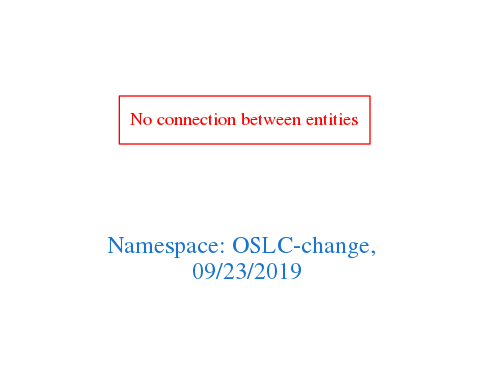
The Graphviz diagram downloads/OSLC-change.png in arago/OGIT, before a commit. Its source is kept beside it as downloads/OSLC-change.dot.
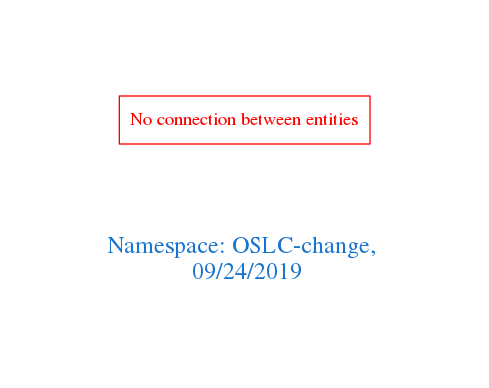
After the change.

What changed in the source:
```diff
@@ -1,7 +1,7 @@
 digraph OGIT_ontology {
  graph [ rankdir= LR,pad=1
 fontsize = 18,
-fontcolor= dodgerblue3,label = "\n\n\nNamespace: OSLC-change, \n 09/23/2019"];
+fontcolor= dodgerblue3,label = "\n\n\nNamespace: OSLC-change, \n 09/24/2019"];
 node[shape=polygon];
 edge [  color="gray81"];
 
```
